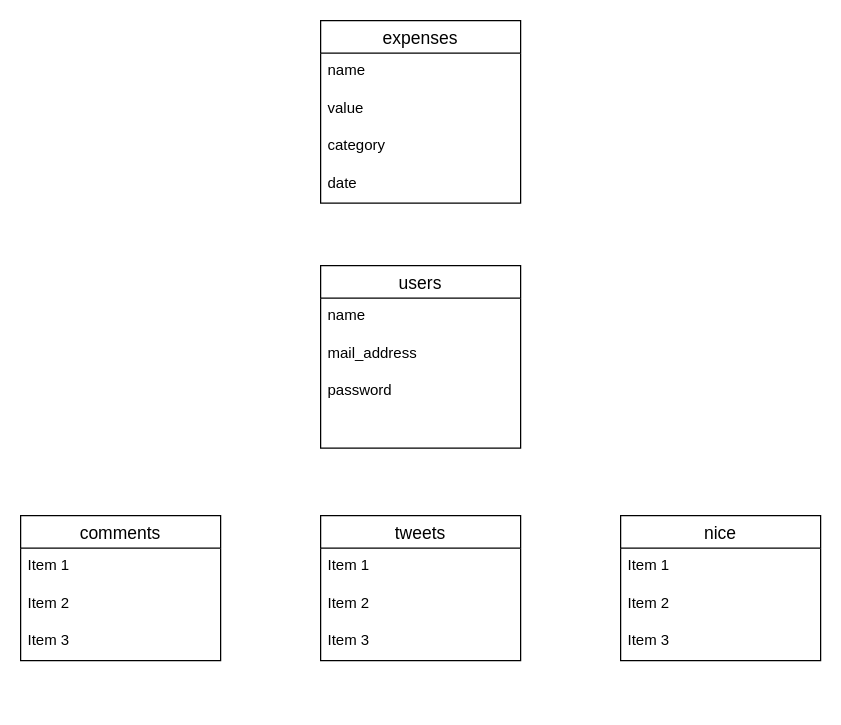
YYYukiyamazakIII/kakeibo keeps this draw.io diagram as ER .dio. Above is the earlier version. Source tidied: cells renumbered, new cells numbered last; positions are measured from the earlier drawing's top-left corner, leaving out a move shared by most shapes. Both pictures are drawn from the tidied source at 125%, with x=0, y=0 at pixel (20, 20).
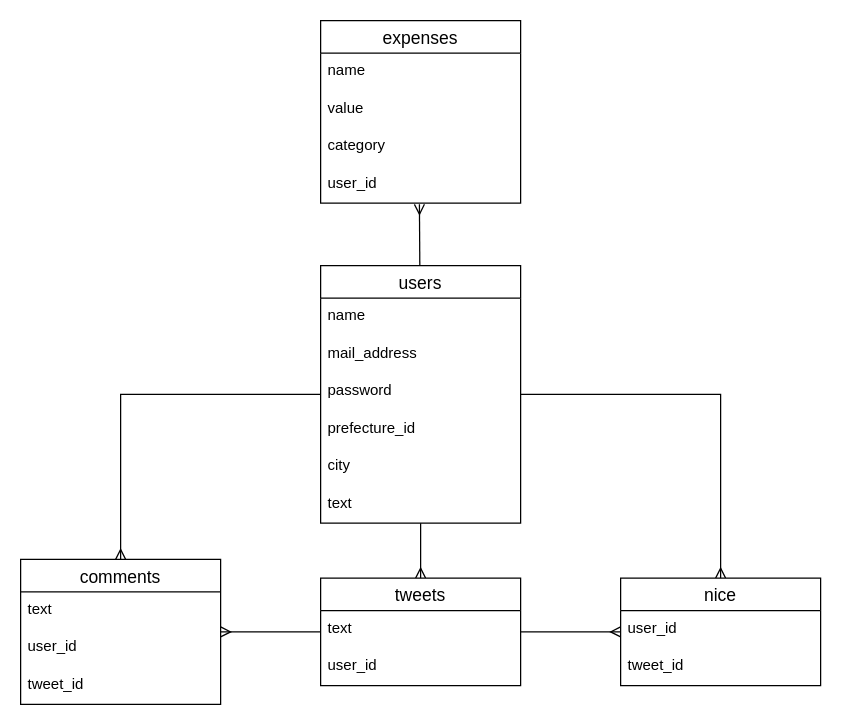
The same diagram, later.

Unchanged cells that the change refers to:
```xml
<mxCell id="2" value="expenses" style="swimlane;fontStyle=0;horizontal=1;startSize=26;align=center;fontSize=14;" parent="1" vertex="1">
  <mxGeometry x="240" width="160" height="146" as="geometry" />
</mxCell>
```

Change to the diagram source:
```diff
@@
-    <mxCell id="6" value="date" style="text;strokeColor=none;fillColor=none;spacingLeft=4;spacingRight=4;overflow=hidden;points=[[0,0.5],[1,0.5]];portConstraint=eastwest;fontSize=12;" parent="2" vertex="1">
+    <mxCell id="6" value="user_id" style="text;strokeColor=none;fillColor=none;spacingLeft=4;spacingRight=4;overflow=hidden;points=[[0,0.5],[1,0.5]];portConstraint=eastwest;fontSize=12;" parent="2" vertex="1">
       <mxGeometry y="116" width="160" height="30" as="geometry" />
     </mxCell>
+    <mxCell id="24" style="edgeStyle=none;html=1;entryX=0.494;entryY=1.033;entryDx=0;entryDy=0;entryPerimeter=0;endArrow=ERmany;endFill=0;" parent="1" edge="1" source="7" target="6">
+      <mxGeometry relative="1" as="geometry" />
+    </mxCell>
+    <mxCell id="25" style="edgeStyle=orthogonalEdgeStyle;html=1;entryX=0.5;entryY=0;entryDx=0;entryDy=0;endArrow=ERmany;endFill=0;rounded=0;" parent="1" edge="1" source="7" target="16">
+      <mxGeometry relative="1" as="geometry" />
+    </mxCell>
+    <mxCell id="26" style="edgeStyle=orthogonalEdgeStyle;rounded=0;html=1;entryX=0.5;entryY=0;entryDx=0;entryDy=0;endArrow=ERmany;endFill=0;" parent="1" edge="1" source="7" target="20">
+      <mxGeometry relative="1" as="geometry" />
+    </mxCell>
+    <mxCell id="27" style="edgeStyle=orthogonalEdgeStyle;rounded=0;html=1;entryX=0.5;entryY=0;entryDx=0;entryDy=0;endArrow=ERmany;endFill=0;" parent="1" edge="1" source="7" target="12">
+      <mxGeometry relative="1" as="geometry" />
+    </mxCell>
     <mxCell id="7" value="users" style="swimlane;fontStyle=0;horizontal=1;startSize=26;align=center;fontSize=14;" parent="1" vertex="1">
-      <mxGeometry x="240" y="196" width="160" height="146" as="geometry" />
+      <mxGeometry x="240" y="196" width="160" height="206" as="geometry" />
     </mxCell>
@@
-    <mxCell id="11" style="text;strokeColor=none;fillColor=none;spacingLeft=4;spacingRight=4;overflow=hidden;fontSize=12;" parent="7" vertex="1">
+    <mxCell id="11" value="prefecture_id" style="text;strokeColor=none;fillColor=none;spacingLeft=4;spacingRight=4;overflow=hidden;fontSize=12;" parent="7" vertex="1">
       <mxGeometry y="116" width="160" height="30" as="geometry" />
     </mxCell>
+    <mxCell id="28" value="city" style="text;strokeColor=none;fillColor=none;spacingLeft=4;spacingRight=4;overflow=hidden;fontSize=12;" parent="7" vertex="1">
+      <mxGeometry y="146" width="160" height="30" as="geometry" />
+    </mxCell>
+    <mxCell id="29" value="text" style="text;strokeColor=none;fillColor=none;spacingLeft=4;spacingRight=4;overflow=hidden;fontSize=12;" parent="7" vertex="1">
+      <mxGeometry y="176" width="160" height="30" as="geometry" />
+    </mxCell>
+    <mxCell id="30" style="edgeStyle=orthogonalEdgeStyle;rounded=0;html=1;endArrow=ERmany;endFill=0;" parent="1" edge="1" source="12" target="16">
+      <mxGeometry relative="1" as="geometry" />
+    </mxCell>
+    <mxCell id="31" style="edgeStyle=orthogonalEdgeStyle;rounded=0;html=1;endArrow=ERmany;endFill=0;" parent="1" edge="1" source="12" target="20">
+      <mxGeometry relative="1" as="geometry" />
+    </mxCell>
     <mxCell id="12" value="tweets" style="swimlane;fontStyle=0;horizontal=1;startSize=26;align=center;fontSize=14;" parent="1" vertex="1">
-      <mxGeometry x="240" y="396" width="160" height="116" as="geometry" />
+      <mxGeometry x="240" y="446" width="160" height="86" as="geometry" />
     </mxCell>
-    <mxCell id="13" value="Item 1" style="text;strokeColor=none;fillColor=none;spacingLeft=4;spacingRight=4;overflow=hidden;fontSize=12;" parent="12" vertex="1">
+    <mxCell id="13" value="text" style="text;strokeColor=none;fillColor=none;spacingLeft=4;spacingRight=4;overflow=hidden;fontSize=12;" parent="12" vertex="1">
       <mxGeometry y="26" width="160" height="30" as="geometry" />
     </mxCell>
-    <mxCell id="14" value="Item 2" style="text;strokeColor=none;fillColor=none;spacingLeft=4;spacingRight=4;overflow=hidden;fontSize=12;" parent="12" vertex="1">
+    <mxCell id="14" value="user_id" style="text;strokeColor=none;fillColor=none;spacingLeft=4;spacingRight=4;overflow=hidden;fontSize=12;" parent="12" vertex="1">
       <mxGeometry y="56" width="160" height="30" as="geometry" />
     </mxCell>
-    <mxCell id="15" value="Item 3" style="text;strokeColor=none;fillColor=none;spacingLeft=4;spacingRight=4;overflow=hidden;fontSize=12;" parent="12" vertex="1">
-      <mxGeometry y="86" width="160" height="30" as="geometry" />
-    </mxCell>
     <mxCell id="16" value="nice" style="swimlane;fontStyle=0;horizontal=1;startSize=26;align=center;fontSize=14;" parent="1" vertex="1">
-      <mxGeometry x="480" y="396" width="160" height="116" as="geometry" />
+      <mxGeometry x="480" y="446" width="160" height="86" as="geometry" />
     </mxCell>
-    <mxCell id="17" value="Item 1" style="text;strokeColor=none;fillColor=none;spacingLeft=4;spacingRight=4;overflow=hidden;fontSize=12;" parent="16" vertex="1">
+    <mxCell id="17" value="user_id" style="text;strokeColor=none;fillColor=none;spacingLeft=4;spacingRight=4;overflow=hidden;fontSize=12;" parent="16" vertex="1">
       <mxGeometry y="26" width="160" height="30" as="geometry" />
     </mxCell>
-    <mxCell id="18" value="Item 2" style="text;strokeColor=none;fillColor=none;spacingLeft=4;spacingRight=4;overflow=hidden;fontSize=12;" parent="16" vertex="1">
+    <mxCell id="18" value="tweet_id" style="text;strokeColor=none;fillColor=none;spacingLeft=4;spacingRight=4;overflow=hidden;fontSize=12;" parent="16" vertex="1">
       <mxGeometry y="56" width="160" height="30" as="geometry" />
     </mxCell>
-    <mxCell id="19" value="Item 3" style="text;strokeColor=none;fillColor=none;spacingLeft=4;spacingRight=4;overflow=hidden;fontSize=12;" parent="16" vertex="1">
-      <mxGeometry y="86" width="160" height="30" as="geometry" />
-    </mxCell>
     <mxCell id="20" value="comments" style="swimlane;fontStyle=0;horizontal=1;startSize=26;align=center;fontSize=14;" parent="1" vertex="1">
-      <mxGeometry y="396" width="160" height="116" as="geometry" />
+      <mxGeometry y="431" width="160" height="116" as="geometry" />
     </mxCell>
-    <mxCell id="21" value="Item 1" style="text;strokeColor=none;fillColor=none;spacingLeft=4;spacingRight=4;overflow=hidden;fontSize=12;" parent="20" vertex="1">
+    <mxCell id="21" value="text" style="text;strokeColor=none;fillColor=none;spacingLeft=4;spacingRight=4;overflow=hidden;fontSize=12;" parent="20" vertex="1">
       <mxGeometry y="26" width="160" height="30" as="geometry" />
     </mxCell>
-    <mxCell id="22" value="Item 2" style="text;strokeColor=none;fillColor=none;spacingLeft=4;spacingRight=4;overflow=hidden;fontSize=12;" parent="20" vertex="1">
+    <mxCell id="22" value="user_id" style="text;strokeColor=none;fillColor=none;spacingLeft=4;spacingRight=4;overflow=hidden;fontSize=12;" parent="20" vertex="1">
       <mxGeometry y="56" width="160" height="30" as="geometry" />
     </mxCell>
-    <mxCell id="23" value="Item 3" style="text;strokeColor=none;fillColor=none;spacingLeft=4;spacingRight=4;overflow=hidden;fontSize=12;" parent="20" vertex="1">
+    <mxCell id="23" value="tweet_id" style="text;strokeColor=none;fillColor=none;spacingLeft=4;spacingRight=4;overflow=hidden;fontSize=12;" parent="20" vertex="1">
       <mxGeometry y="86" width="160" height="30" as="geometry" />
     </mxCell>
```
